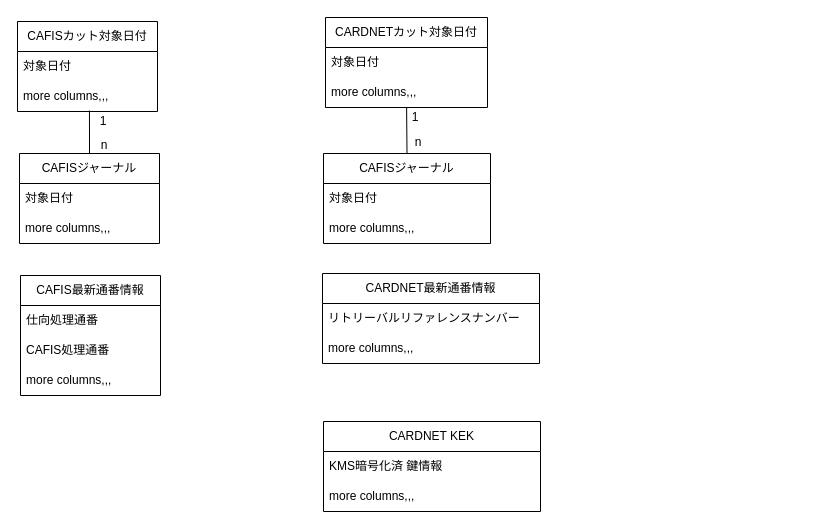
The draw.io diagram page "datastore_1-1" (6 of 6) of FEXICS/obj/functions.drawio in kyoshizawa/kywiki2, before the edit. Source tidied: cells renumbered, new cells numbered last; positions are measured from the earlier drawing's top-left corner, leaving out a move shared by most shapes. Both pictures are drawn from the tidied source at 100%, with x=0, y=0 at pixel (17, 17).
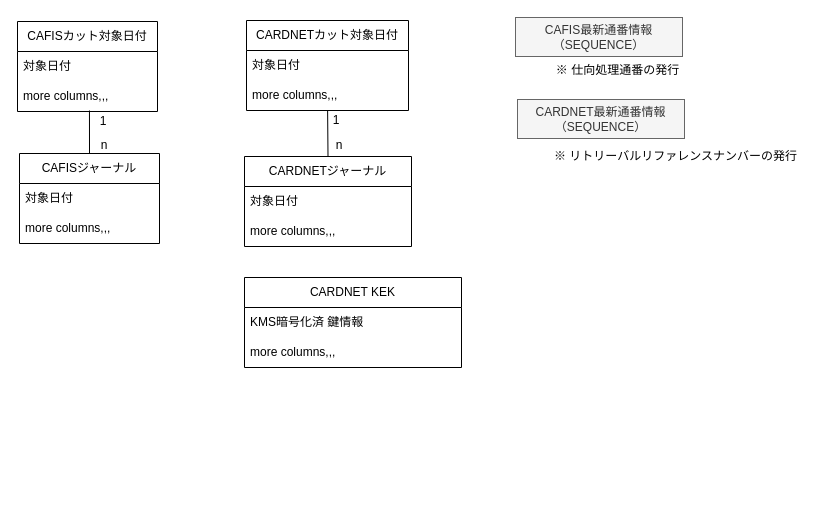
Above is the later version.

Diff of the diagram source:
```diff
@@
     <mxCell id="11" value="CARDNETカット対象日付" style="swimlane;fontStyle=0;horizontal=1;startSize=30;whiteSpace=wrap;html=1;" parent="1" vertex="1">
-      <mxGeometry x="308" width="162" height="90" as="geometry" />
+      <mxGeometry x="229" y="3" width="162" height="90" as="geometry" />
     </mxCell>
@@
-    <mxCell id="14" value="CAFISジャーナル" style="swimlane;fontStyle=0;horizontal=1;startSize=30;whiteSpace=wrap;html=1;" parent="1" vertex="1">
-      <mxGeometry x="306" y="136" width="167" height="90" as="geometry" />
+    <mxCell id="14" value="CARDNETジャーナル" style="swimlane;fontStyle=0;horizontal=1;startSize=30;whiteSpace=wrap;html=1;" parent="1" vertex="1">
+      <mxGeometry x="227" y="139" width="167" height="90" as="geometry" />
     </mxCell>
@@
     <mxCell id="18" value="1" style="text;html=1;align=center;verticalAlign=middle;whiteSpace=wrap;rounded=0;" parent="1" vertex="1">
-      <mxGeometry x="368" y="85" width="60" height="30" as="geometry" />
+      <mxGeometry x="289" y="88" width="60" height="30" as="geometry" />
     </mxCell>
     <mxCell id="19" value="n" style="text;html=1;align=center;verticalAlign=middle;whiteSpace=wrap;rounded=0;" parent="1" vertex="1">
-      <mxGeometry x="371" y="110" width="60" height="30" as="geometry" />
+      <mxGeometry x="292" y="113" width="60" height="30" as="geometry" />
     </mxCell>
-    <mxCell id="20" value="CAFIS最新通番情報" style="swimlane;fontStyle=0;horizontal=1;startSize=30;whiteSpace=wrap;html=1;" parent="1" vertex="1">
-      <mxGeometry x="3" y="258" width="140" height="120" as="geometry" />
-    </mxCell>
-    <mxCell id="21" value="仕向処理通番" style="text;strokeColor=none;fillColor=none;align=left;verticalAlign=middle;spacingLeft=4;spacingRight=4;overflow=hidden;whiteSpace=wrap;html=1;" parent="20" vertex="1">
-      <mxGeometry y="30" width="140" height="30" as="geometry" />
-    </mxCell>
-    <mxCell id="22" value="CAFIS処理通番" style="text;strokeColor=none;fillColor=none;align=left;verticalAlign=middle;spacingLeft=4;spacingRight=4;overflow=hidden;whiteSpace=wrap;html=1;" parent="20" vertex="1">
-      <mxGeometry y="60" width="140" height="30" as="geometry" />
-    </mxCell>
-    <mxCell id="23" value="more columns,,," style="text;strokeColor=none;fillColor=none;align=left;verticalAlign=middle;spacingLeft=4;spacingRight=4;overflow=hidden;whiteSpace=wrap;html=1;" parent="20" vertex="1">
-      <mxGeometry y="90" width="140" height="30" as="geometry" />
-    </mxCell>
-    <mxCell id="24" value="CARDNET最新通番情報" style="swimlane;fontStyle=0;horizontal=1;startSize=30;whiteSpace=wrap;html=1;" parent="1" vertex="1">
-      <mxGeometry x="305" y="256" width="217" height="90" as="geometry" />
-    </mxCell>
-    <mxCell id="25" value="リトリーバルリファレンスナンバー" style="text;strokeColor=none;fillColor=none;align=left;verticalAlign=middle;spacingLeft=4;spacingRight=4;overflow=hidden;whiteSpace=wrap;html=1;" parent="24" vertex="1">
-      <mxGeometry y="30" width="217" height="30" as="geometry" />
-    </mxCell>
-    <mxCell id="26" value="more columns,,," style="text;strokeColor=none;fillColor=none;align=left;verticalAlign=middle;spacingLeft=4;spacingRight=4;overflow=hidden;whiteSpace=wrap;html=1;" parent="24" vertex="1">
-      <mxGeometry y="60" width="217" height="30" as="geometry" />
-    </mxCell>
     <mxCell id="27" value="CARDNET KEK" style="swimlane;fontStyle=0;horizontal=1;startSize=30;whiteSpace=wrap;html=1;" parent="1" vertex="1">
-      <mxGeometry x="306" y="404" width="217" height="90" as="geometry" />
+      <mxGeometry x="227" y="260" width="217" height="90" as="geometry" />
     </mxCell>
@@
+    <mxCell id="30" value="CAFIS最新通番情報（SEQUENCE）" style="rounded=0;whiteSpace=wrap;html=1;fillColor=#f5f5f5;fontColor=#333333;strokeColor=#666666;" parent="1" vertex="1">
+      <mxGeometry x="498" width="167" height="39" as="geometry" />
+    </mxCell>
+    <mxCell id="31" value="CARDNET最新通番情報（SEQUENCE）" style="rounded=0;whiteSpace=wrap;html=1;fillColor=#f5f5f5;fontColor=#333333;strokeColor=#666666;" parent="1" vertex="1">
+      <mxGeometry x="500" y="82" width="167" height="39" as="geometry" />
+    </mxCell>
+    <mxCell id="32" value="※&amp;nbsp;仕向処理通番の発行" style="text;html=1;align=center;verticalAlign=middle;whiteSpace=wrap;rounded=0;" parent="1" vertex="1">
+      <mxGeometry x="521" y="38" width="159" height="30" as="geometry" />
+    </mxCell>
+    <mxCell id="33" value="※&amp;nbsp;&lt;span style=&quot;text-align: left;&quot;&gt;リトリーバルリファレンスナンバー&lt;/span&gt;の発行" style="text;html=1;align=center;verticalAlign=middle;whiteSpace=wrap;rounded=0;" parent="1" vertex="1">
+      <mxGeometry x="516" y="124" width="285" height="30" as="geometry" />
+    </mxCell>
```
